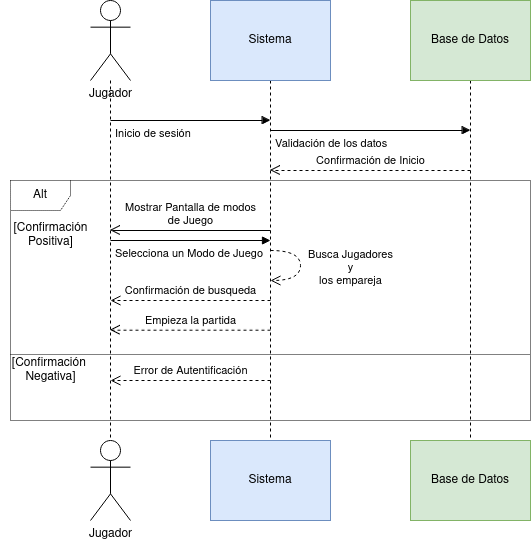
This is Sistema de Videojuegos en Línea.png from eduardosmoralesglez/Creacion-del-diagrama-de-Secuencia, a draw.io export, as it was before one commit. Source tidied: cells renumbered, new cells last; positions are measured from the earlier drawing's top-left corner, leaving out a move shared by most shapes.
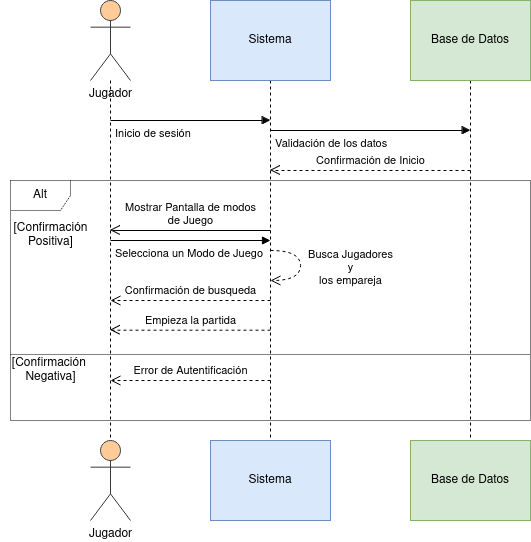
Above is the later version.

Change to the diagram source:
```diff
@@ -79,10 +79,10 @@
     <mxCell id="17" style="edgeStyle=orthogonalEdgeStyle;rounded=0;jettySize=auto;html=1;endArrow=none;startFill=0;dashed=1;" parent="1" edge="1" source="18" target="19">
       <mxGeometry relative="1" as="geometry" />
     </mxCell>
-    <mxCell id="18" value="Jugador" style="shape=umlActor;verticalLabelPosition=bottom;verticalAlign=top;html=1;" parent="1" vertex="1">
+    <mxCell id="18" value="Jugador" style="shape=umlActor;verticalLabelPosition=bottom;verticalAlign=top;html=1;fillColor=#ffcc99;strokeColor=#36393d;" parent="1" vertex="1">
       <mxGeometry x="90" width="40" height="80" as="geometry" />
     </mxCell>
-    <mxCell id="19" value="Jugador" style="shape=umlActor;verticalLabelPosition=bottom;verticalAlign=top;html=1;" parent="1" vertex="1">
+    <mxCell id="19" value="Jugador" style="shape=umlActor;verticalLabelPosition=bottom;verticalAlign=top;html=1;fillColor=#ffcc99;strokeColor=#36393d;" parent="1" vertex="1">
       <mxGeometry x="90" y="440" width="40" height="80" as="geometry" />
     </mxCell>
     <mxCell id="20" style="line;strokeWidth=1;fillColor=none;align=left;verticalAlign=middle;spacingTop=-1;spacingLeft=3;spacingRight=3;labelPosition=right;strokeColor=inherit;dashed=1;dashPattern=1 1;" parent="1" vertex="1">
```
